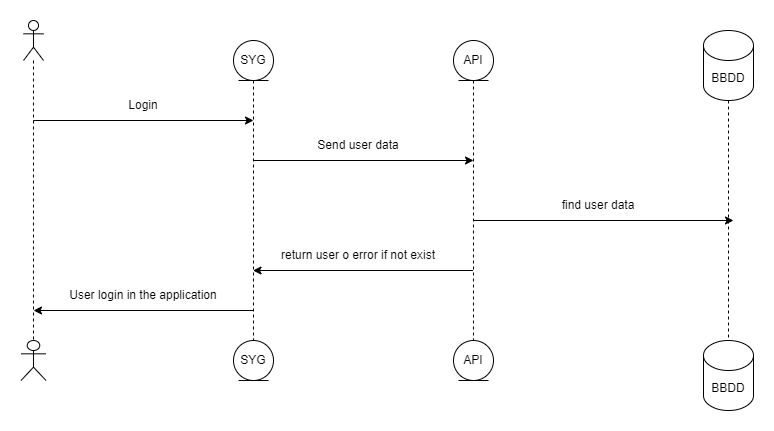
Earlier version of the draw.io export docs/images/06_runtime_login.png (Arquisoft/wiq_es1d). Source tidied: cells renumbered, new cells last; positions are measured from the earlier drawing's top-left corner, leaving out a move shared by most shapes.
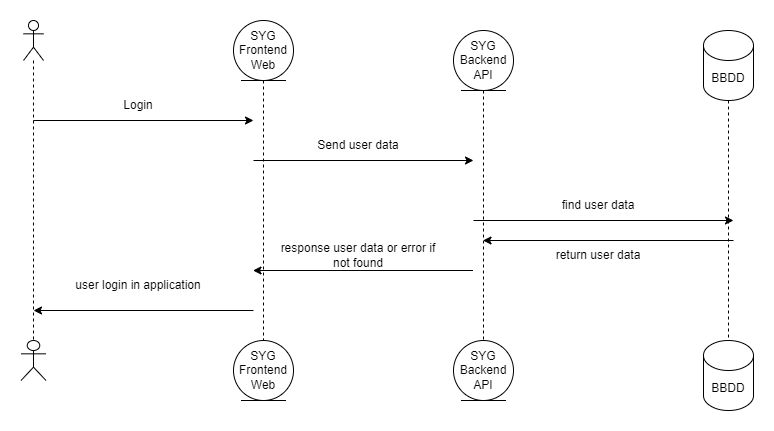
Later version of the same file.

Diff of the diagram source:
```diff
@@ -2,20 +2,20 @@
   <root>
     <mxCell id="0" />
     <mxCell id="1" parent="0" />
-    <mxCell id="2" value="SYG" style="shape=umlLifeline;perimeter=lifelinePerimeter;whiteSpace=wrap;html=1;newEdgeStyle={&quot;curved&quot;:0,&quot;rounded&quot;:0};participant=umlEntity;" parent="1" vertex="1">
-      <mxGeometry x="212" y="20" width="40" height="300" as="geometry" />
+    <mxCell id="2" value="SYG&lt;div&gt;Frontend&lt;/div&gt;&lt;div&gt;Web&lt;/div&gt;" style="shape=umlLifeline;perimeter=lifelinePerimeter;whiteSpace=wrap;html=1;newEdgeStyle={&quot;curved&quot;:0,&quot;rounded&quot;:0};participant=umlEntity;size=60;" parent="1" vertex="1">
+      <mxGeometry x="212" width="60" height="320" as="geometry" />
     </mxCell>
     <mxCell id="3" style="shape=umlLifeline;perimeter=lifelinePerimeter;whiteSpace=wrap;html=1;newEdgeStyle={&quot;curved&quot;:0,&quot;rounded&quot;:0};participant=umlActor;" parent="1" vertex="1">
       <mxGeometry x="2" width="20" height="320" as="geometry" />
     </mxCell>
-    <mxCell id="4" value="API" style="shape=umlLifeline;perimeter=lifelinePerimeter;whiteSpace=wrap;html=1;outlineConnect=0;portConstraint=eastwest;newEdgeStyle={&quot;curved&quot;:0,&quot;rounded&quot;:0};participant=umlEntity;" parent="1" vertex="1">
-      <mxGeometry x="432" y="20" width="40" height="300" as="geometry" />
+    <mxCell id="4" value="SYG&lt;div&gt;Backend&lt;/div&gt;&lt;div&gt;API&lt;/div&gt;" style="shape=umlLifeline;perimeter=lifelinePerimeter;whiteSpace=wrap;html=1;outlineConnect=0;portConstraint=eastwest;newEdgeStyle={&quot;curved&quot;:0,&quot;rounded&quot;:0};participant=umlEntity;size=60;" parent="1" vertex="1">
+      <mxGeometry x="432" y="10" width="60" height="310" as="geometry" />
     </mxCell>
     <mxCell id="5" value="BBDD" style="shape=cylinder3;whiteSpace=wrap;html=1;boundedLbl=1;backgroundOutline=1;size=15;" parent="1" vertex="1">
       <mxGeometry x="682" y="10" width="50" height="70" as="geometry" />
     </mxCell>
     <mxCell id="6" value="Login" style="text;html=1;align=center;verticalAlign=middle;whiteSpace=wrap;rounded=0;" parent="1" vertex="1">
-      <mxGeometry x="92" y="70" width="60" height="30" as="geometry" />
+      <mxGeometry x="42" y="70" width="150" height="30" as="geometry" />
     </mxCell>
     <mxCell id="7" style="endArrow=classic;html=1;rounded=0;" parent="1" edge="1">
       <mxGeometry relative="1" as="geometry">
@@ -44,11 +44,11 @@
     <mxCell id="12" value="BBDD" style="shape=cylinder3;whiteSpace=wrap;html=1;boundedLbl=1;backgroundOutline=1;size=15;" parent="1" vertex="1">
       <mxGeometry x="682" y="320" width="50" height="70" as="geometry" />
     </mxCell>
-    <mxCell id="13" value="SYG" style="ellipse;shape=umlEntity;whiteSpace=wrap;html=1;" parent="1" vertex="1">
-      <mxGeometry x="212" y="320" width="40" height="40" as="geometry" />
+    <mxCell id="13" value="SYG&lt;div&gt;Frontend&lt;/div&gt;&lt;div&gt;Web&lt;/div&gt;" style="ellipse;shape=umlEntity;whiteSpace=wrap;html=1;" parent="1" vertex="1">
+      <mxGeometry x="212" y="320" width="60" height="60" as="geometry" />
     </mxCell>
-    <mxCell id="14" value="API" style="ellipse;shape=umlEntity;whiteSpace=wrap;html=1;" parent="1" vertex="1">
-      <mxGeometry x="432" y="320" width="40" height="40" as="geometry" />
+    <mxCell id="14" value="SYG&lt;div&gt;Backend&lt;/div&gt;&lt;div&gt;API&lt;/div&gt;" style="ellipse;shape=umlEntity;whiteSpace=wrap;html=1;" parent="1" vertex="1">
+      <mxGeometry x="432" y="320" width="60" height="60" as="geometry" />
     </mxCell>
     <mxCell id="15" style="endArrow=none;html=1;rounded=0;exitX=0.5;exitY=1;exitDx=0;exitDy=0;exitPerimeter=0;entryX=0.5;entryY=0;entryDx=0;entryDy=0;entryPerimeter=0;dashed=1;endFill=0;" parent="1" edge="1" source="5" target="12">
       <mxGeometry relative="1" as="geometry" />
@@ -59,7 +59,7 @@
         <mxPoint x="231.5" y="250" as="targetPoint" />
       </mxGeometry>
     </mxCell>
-    <mxCell id="17" value="return user o error if not exist" style="text;html=1;align=center;verticalAlign=middle;whiteSpace=wrap;rounded=0;" parent="1" vertex="1">
+    <mxCell id="17" value="response user data or error if not found" style="text;html=1;align=center;verticalAlign=middle;whiteSpace=wrap;rounded=0;" parent="1" vertex="1">
       <mxGeometry x="252" y="220" width="170" height="30" as="geometry" />
     </mxCell>
     <mxCell id="18" style="shape=umlActor;verticalLabelPosition=bottom;verticalAlign=top;html=1;" parent="1" vertex="1">
@@ -71,8 +71,16 @@
         <mxPoint x="12" y="290" as="targetPoint" />
       </mxGeometry>
     </mxCell>
-    <mxCell id="20" value="User login in the application" style="text;html=1;align=center;verticalAlign=middle;whiteSpace=wrap;rounded=0;" parent="1" vertex="1">
-      <mxGeometry x="37" y="260" width="170" height="30" as="geometry" />
+    <mxCell id="20" value="user login in application" style="text;html=1;align=center;verticalAlign=middle;whiteSpace=wrap;rounded=0;" parent="1" vertex="1">
+      <mxGeometry x="32" y="250" width="170" height="30" as="geometry" />
     </mxCell>
+    <mxCell id="21" style="endArrow=classic;html=1;rounded=0;" parent="1" edge="1" target="4">
+      <mxGeometry relative="1" as="geometry">
+        <mxPoint x="712" y="220" as="sourcePoint" />
+      </mxGeometry>
+    </mxCell>
+    <mxCell id="22" value="return user data" style="text;html=1;align=center;verticalAlign=middle;whiteSpace=wrap;rounded=0;" parent="1" vertex="1">
+      <mxGeometry x="492" y="220" width="170" height="30" as="geometry" />
+    </mxCell>
   </root>
 </mxGraphModel>
```
